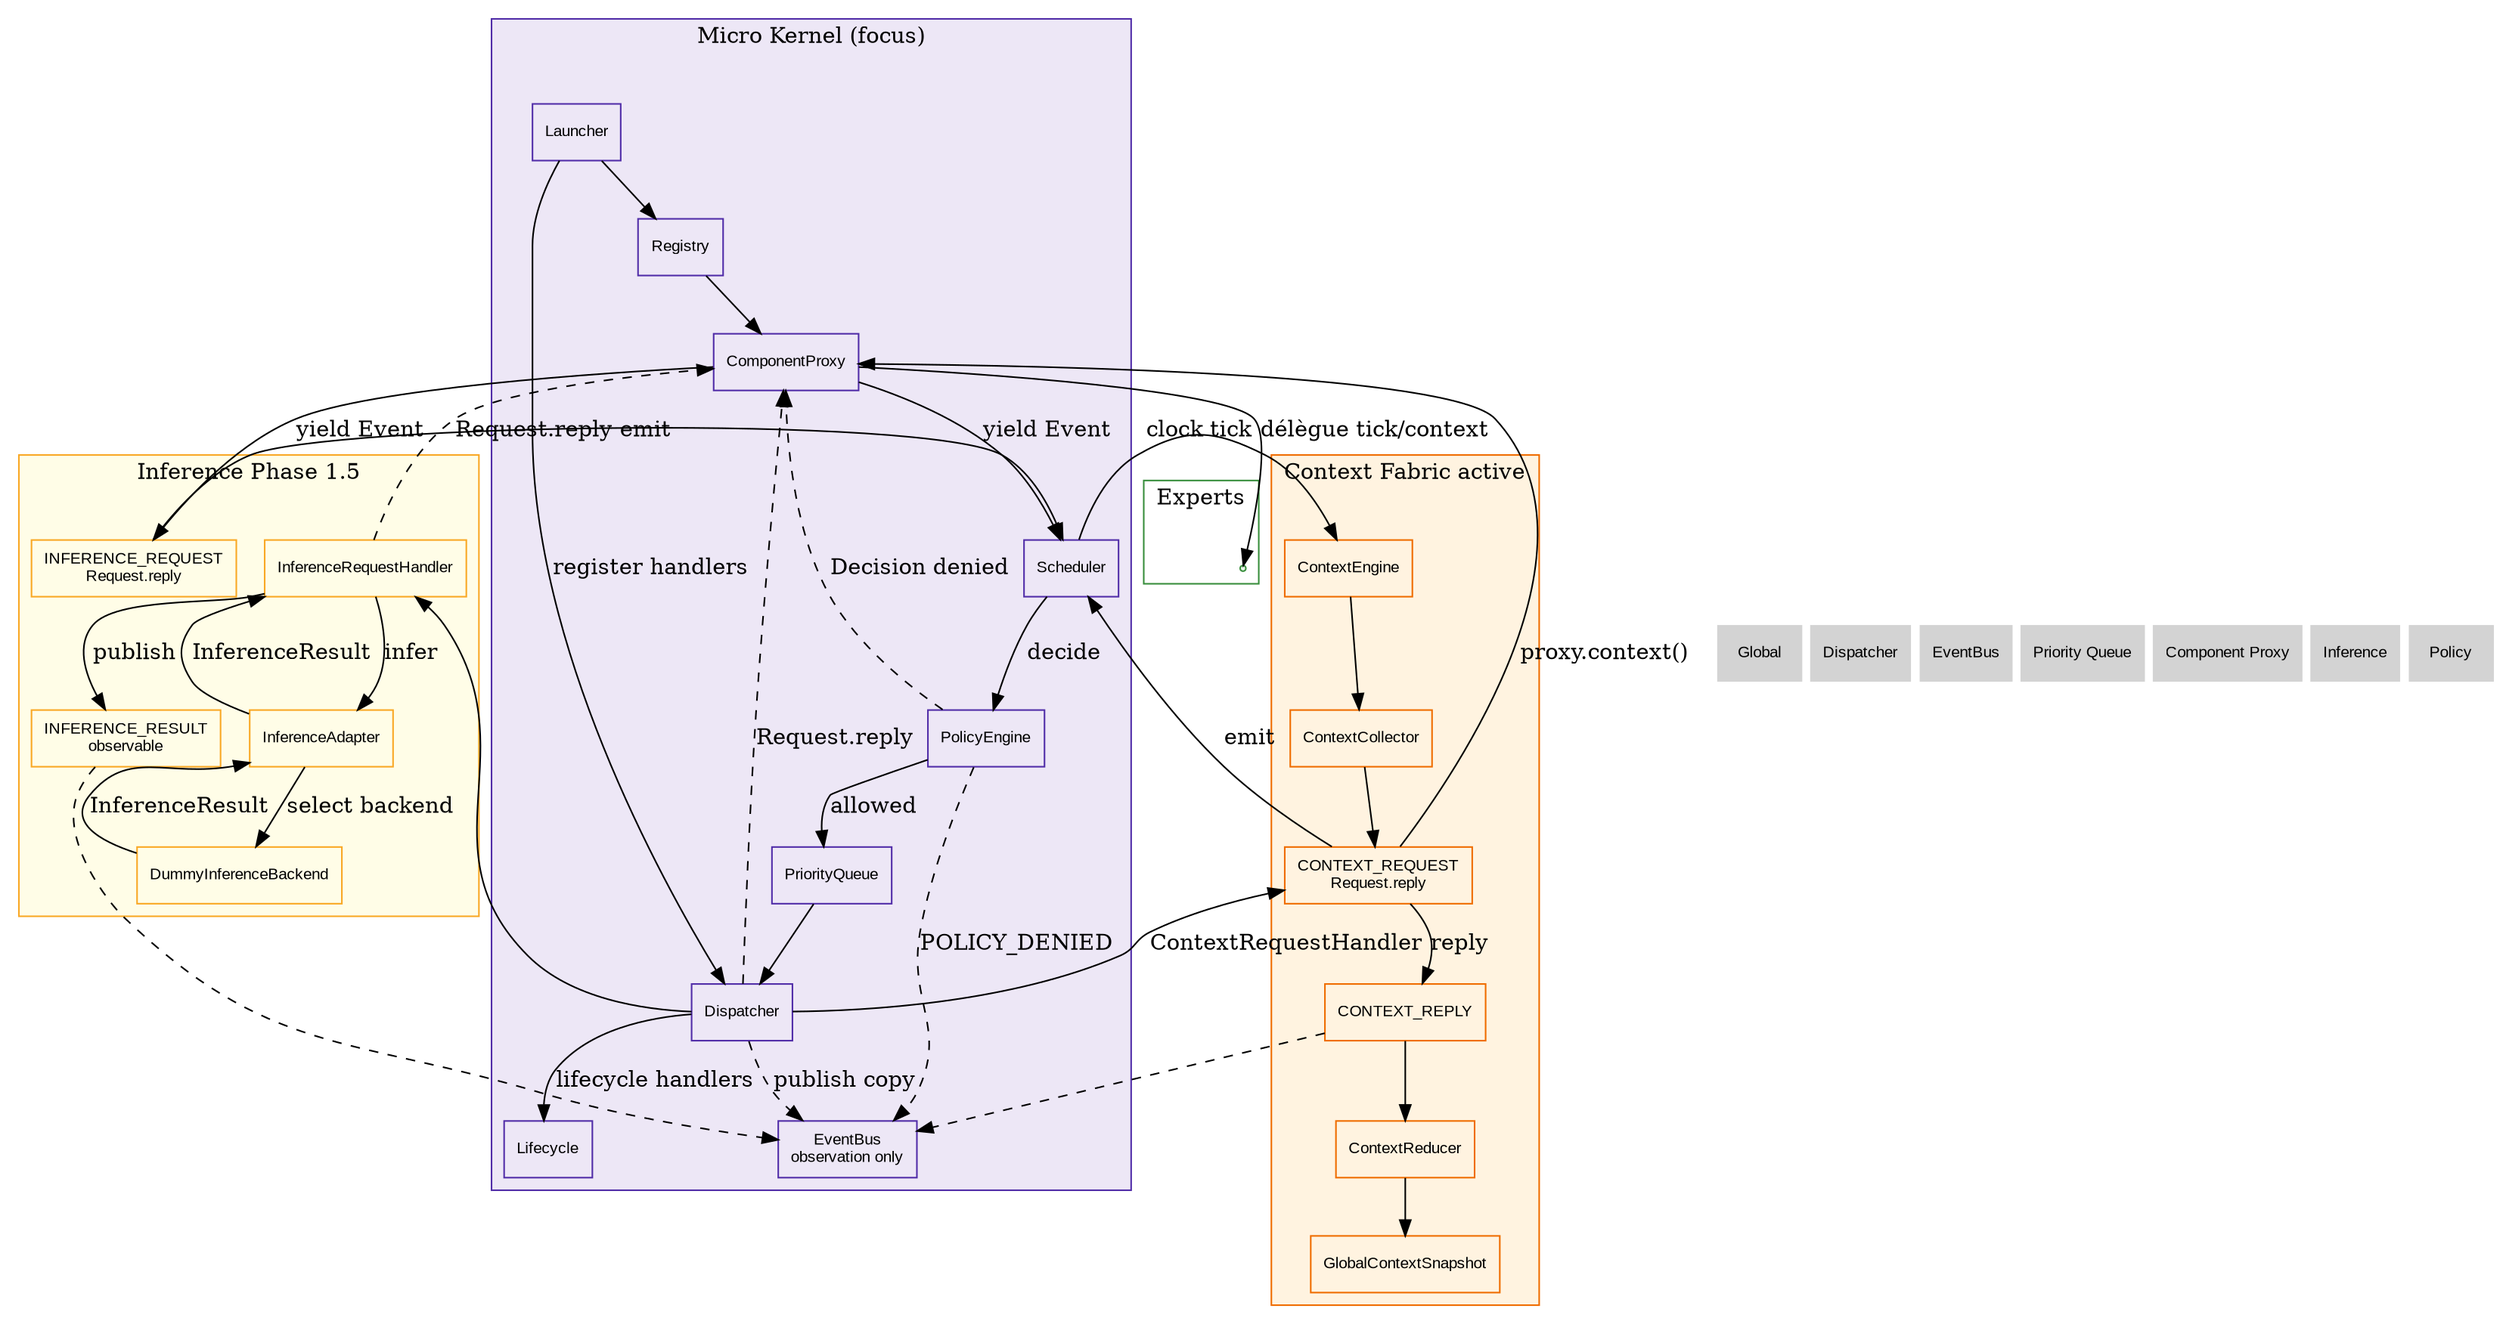
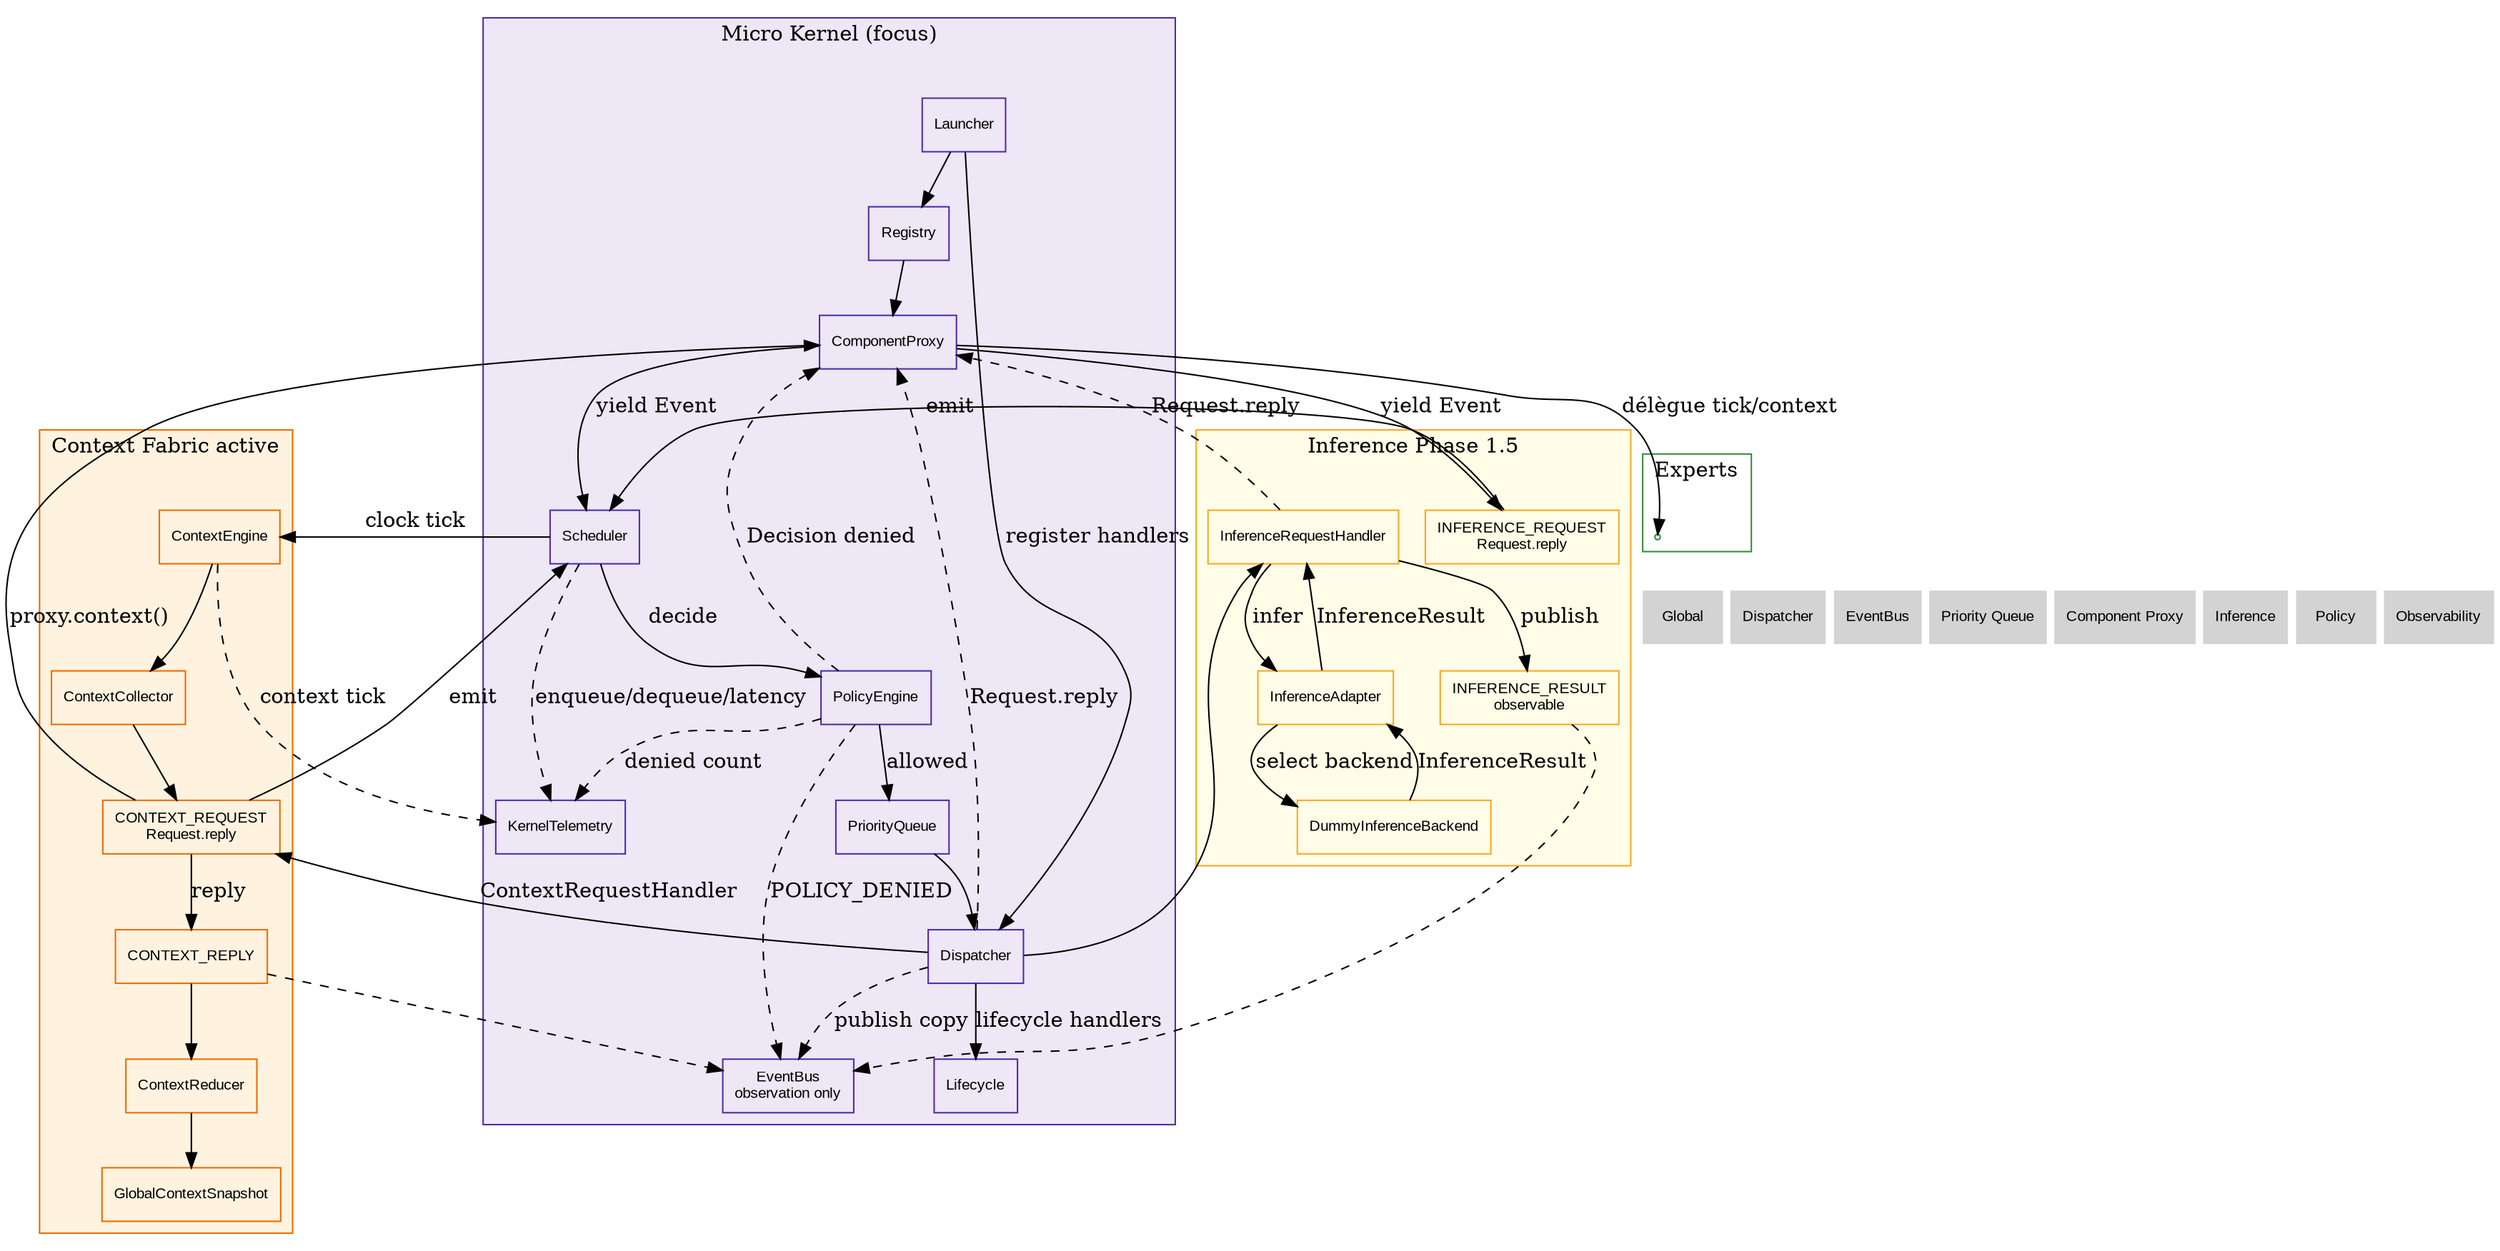
digraph Scheduler {
    rankdir=TB;
    node [shape=box, style=filled, fontname="Arial", fontsize=10];

-     // ROADMAP_NOTE[phase1_6]:
-     // PolicyEngine devient une barrière explicite entre Scheduler.emit() et
-     // PriorityQueue. Il vérifie les invariants kernel sans métier. Si une
-     // règle refuse l'événement, le Scheduler publie POLICY_DENIED et résout
-     // Request.reply avec Decision, sans bloquer le composant.
+     // ROADMAP_NOTE[phase1_7]:
+     // KernelTelemetry devient une instrumentation native du Scheduler.
+     // Elle mesure enqueue/dequeue, latence de queue, durée de dispatch,
+     // refus policy et ticks contexte. Elle ne décide rien et ne publie rien.

    subgraph cluster_kernel {
        label="Micro Kernel (focus)";
        color="#512da8";
        bgcolor="#ede7f6";
        node [fillcolor="#ede7f6", color="#512da8"];
        Launcher [URL="../00_global.svg"];
        Registry [URL="../00_global.svg"];
        Proxy [label="ComponentProxy", URL="component_proxy/14_component_proxy.svg"];
        Scheduler [URL="../00_global.svg"];
        Policy [label="PolicyEngine", URL="../00_global.svg"];
        Queue [label="PriorityQueue", URL="priority_queue/13_priority_queue.svg"];
        Dispatcher [URL="dispatcher/11_dispatcher.svg"];
        EventBus [label="EventBus\nobservation only", URL="event_bus/12_event_bus.svg"];
        Lifecycle [URL="../00_global.svg"];
+         Telemetry [label="KernelTelemetry", URL="../observability/70_observability.svg"];
    }

    subgraph cluster_context {
        label="Context Fabric active";
        color="#ef6c00";
        bgcolor="#fff3e0";
        node [fillcolor="#fff3e0", color="#ef6c00"];
        ContextEngine [URL="../context/20_context.svg"];
        ContextCollector [URL="../context/20_context.svg"];
        ContextRequest [label="CONTEXT_REQUEST\nRequest.reply", URL="../context/20_context.svg"];
        ContextReply [label="CONTEXT_REPLY", URL="../context/20_context.svg"];
        ContextReducer [URL="../context/20_context.svg"];
        Snapshot [label="GlobalContextSnapshot", URL="../context/20_context.svg"];
    }

    subgraph cluster_inference {
        label="Inference Phase 1.5";
        color="#f9a825";
        bgcolor="#fffde7";
        node [fillcolor="#fffde7", color="#f9a825"];
        InferenceRequest [label="INFERENCE_REQUEST\nRequest.reply", URL="../inference/40_inference.svg"];
        InferenceHandler [label="InferenceRequestHandler", URL="../inference/40_inference.svg"];
        InferenceAdapter [label="InferenceAdapter", URL="../inference/40_inference.svg"];
        DummyBackend [label="DummyInferenceBackend", URL="../inference/40_inference.svg"];
        InferenceResult [label="INFERENCE_RESULT\nobservable", URL="../inference/40_inference.svg"];
    }

    subgraph cluster_experts {
        label="Experts";
        color="#388e3c";
        node [fillcolor="#e8f5e9", color="#388e3c"];
        ExpertGroup [label="Experts", shape=point, URL="../experts/40_experts.svg"];
    }

    Launcher -> Registry;
    Launcher -> Dispatcher [label="register handlers"];
    Registry -> Proxy;
    Proxy -> Scheduler [label="yield Event"];
    Scheduler -> Policy [label="decide"];
+     Scheduler -> Telemetry [style=dashed, label="enqueue/dequeue/latency"];
    Policy -> Queue [label="allowed"];
    Policy -> EventBus [style=dashed, label="POLICY_DENIED"];
+     Policy -> Telemetry [style=dashed, label="denied count"];
    Policy -> Proxy [style=dashed, label="Decision denied"];
    Queue -> Dispatcher;
    Dispatcher -> EventBus [style=dashed, label="publish copy"];
    Dispatcher -> Lifecycle [label="lifecycle handlers"];
    Dispatcher -> Proxy [style=dashed, label="Request.reply"];

    Scheduler -> ContextEngine [label="clock tick"];
    ContextEngine -> ContextCollector;
    ContextCollector -> ContextRequest;
    ContextRequest -> Scheduler [label="emit"];
    Dispatcher -> ContextRequest [label="ContextRequestHandler"];
    ContextRequest -> Proxy [label="proxy.context()"];
    ContextRequest -> ContextReply [label="reply"];
    ContextReply -> EventBus [style=dashed];
    ContextReply -> ContextReducer;
    ContextReducer -> Snapshot;
+     ContextEngine -> Telemetry [style=dashed, label="context tick"];

    Proxy -> InferenceRequest [label="yield Event"];
    InferenceRequest -> Scheduler [label="emit"];
    Dispatcher -> InferenceHandler;
    InferenceHandler -> InferenceAdapter [label="infer"];
    InferenceAdapter -> DummyBackend [label="select backend"];
    DummyBackend -> InferenceAdapter [label="InferenceResult"];
    InferenceAdapter -> InferenceHandler [label="InferenceResult"];
    InferenceHandler -> InferenceResult [label="publish"];
    InferenceResult -> EventBus [style=dashed];
    InferenceHandler -> Proxy [label="Request.reply", style=dashed];

    Proxy -> ExpertGroup [label="délègue tick/context"];

    Nav_Global [label="Global", shape=plaintext, URL="../00_global.svg"];
    Nav_Dispatcher [label="Dispatcher", shape=plaintext, URL="dispatcher/11_dispatcher.svg"];
    Nav_EventBus [label="EventBus", shape=plaintext, URL="event_bus/12_event_bus.svg"];
    Nav_Queue [label="Priority Queue", shape=plaintext, URL="priority_queue/13_priority_queue.svg"];
    Nav_Proxy [label="Component Proxy", shape=plaintext, URL="component_proxy/14_component_proxy.svg"];
    Nav_Inference [label="Inference", shape=plaintext, URL="../inference/40_inference.svg"];
    Nav_Policy [label="Policy", shape=plaintext, URL="../00_global.svg"];
+     Nav_Observability [label="Observability", shape=plaintext, URL="../observability/70_observability.svg"];

-     { rank=sink; Nav_Global; Nav_Dispatcher; Nav_EventBus; Nav_Queue; Nav_Proxy; Nav_Inference; Nav_Policy; }
+     { rank=sink; Nav_Global; Nav_Dispatcher; Nav_EventBus; Nav_Queue; Nav_Proxy; Nav_Inference; Nav_Policy; Nav_Observability; }
}
